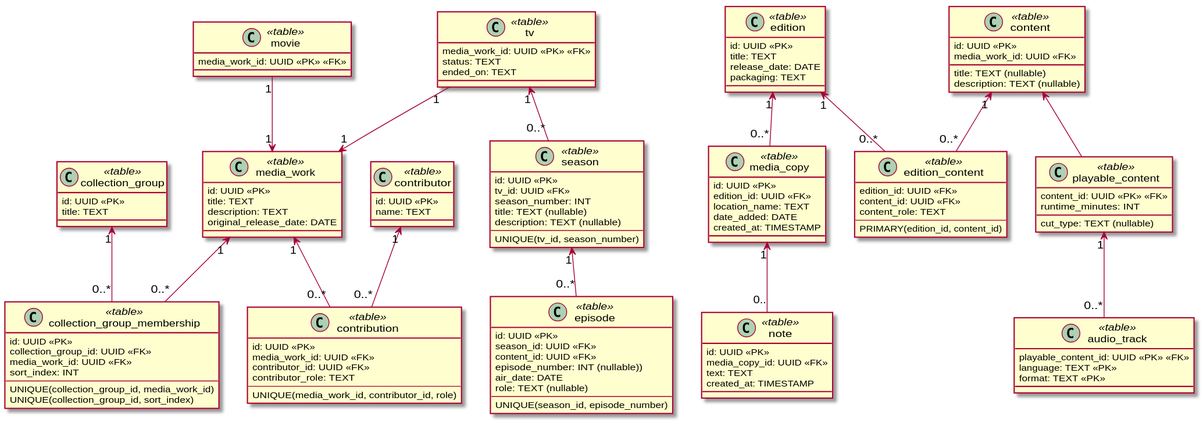
Earlier version of the PlantUML export docs/diagrams/data/main.data.svg (yantue/colleq). The source it was exported from:
```plantuml
@startuml
skinparam classAttributeIconSize 0

skinparam classAttributeIconSize 0

class collection_group <<table>> {
    id: UUID <<PK>>
    title: TEXT
}

class collection_group_membership <<table>> {
    id: UUID <<PK>>
    collection_group_id: UUID <<FK>>
    media_work_id: UUID <<FK>>
    sort_index: INT
    --
    UNIQUE(collection_group_id, media_work_id)
    UNIQUE(collection_group_id, sort_index)
}

collection_group "1" <-- "0..*" collection_group_membership

media_work "1" <-- "0..*" collection_group_membership

skinparam classAttributeIconSize 0

class contributor <<table>> {
    id: UUID <<PK>>
    name: TEXT
}


skinparam classAttributeIconSize 0

class edition <<table>> {
    id: UUID <<PK>>
    title: TEXT
    release_date: DATE
    packaging: TEXT
}

class edition_content <<table>> {
    edition_id: UUID <<FK>>
    content_id: UUID <<FK>>
    content_role: TEXT
    --
    PRIMARY(edition_id, content_id)
}

edition "1" <-- "0..*" edition_content


content "1" <-- "0..*" edition_content

skinparam classAttributeIconSize 0

class media_copy <<table>> {
    id: UUID <<PK>>
    edition_id: UUID <<FK>>
    location_name: TEXT
    date_added: DATE
    created_at: TIMESTAMP
}

class note <<table>> {
    id: UUID <<PK>>
    media_copy_id: UUID <<FK>>
    text: TEXT
    created_at: TIMESTAMP
}

media_copy "1" <-- "0.." note

edition "1" <-- "0..*" media_copy

skinparam classAttributeIconSize 0

class media_work <<table>> {
    id: UUID <<PK>>
    title: TEXT
    description: TEXT
    original_release_date: DATE
}


class contribution <<table>> {
    id: UUID <<PK>>
    media_work_id: UUID <<FK>>
    contributor_id: UUID <<FK>>
    contributor_role: TEXT
    --
    UNIQUE(media_work_id, contributor_id, role)
}

media_work "1" <-- "0..*" contribution

class content <<table>> {
    id: UUID <<PK>>
    media_work_id: UUID <<FK>>
    title: TEXT (nullable)
    description: TEXT (nullable)
}


class playable_content <<table>> {
    content_id: UUID <<PK>> <<FK>>
    runtime_minutes: INT
    cut_type: TEXT (nullable)
}

content <-- playable_content

class audio_track <<table>> {
    playable_content_id: UUID <<PK>> <<FK>>
    language: TEXT <<PK>>
    format: TEXT <<PK>>
}

playable_content "1" <-- "0..*" audio_track

class movie <<table>> {
    media_work_id: UUID <<PK>> <<FK>>
}

movie "1" --> "1" media_work


class tv <<table>> {
    media_work_id: UUID <<PK>> <<FK>>
    status: TEXT
    ended_on: TEXT
}

tv "1" --> "1" media_work

class season <<table>> {
    id: UUID <<PK>>
    tv_id: UUID <<FK>>
    season_number: INT
    title: TEXT (nullable)
    description: TEXT (nullable)
    --
    UNIQUE(tv_id, season_number)
}

tv "1" <-- "0..*" season

class episode <<table>> {
    id: UUID <<PK>>
    season_id: UUID <<FK>>
    content_id: UUID <<FK>>
    episode_number: INT (nullable))
    air_date: DATE
    role: TEXT (nullable)
    --
    UNIQUE(season_id, episode_number)
}

season "1" <-- "0..*" episode

contributor "1" <-- "0..*" contribution


@enduml
```
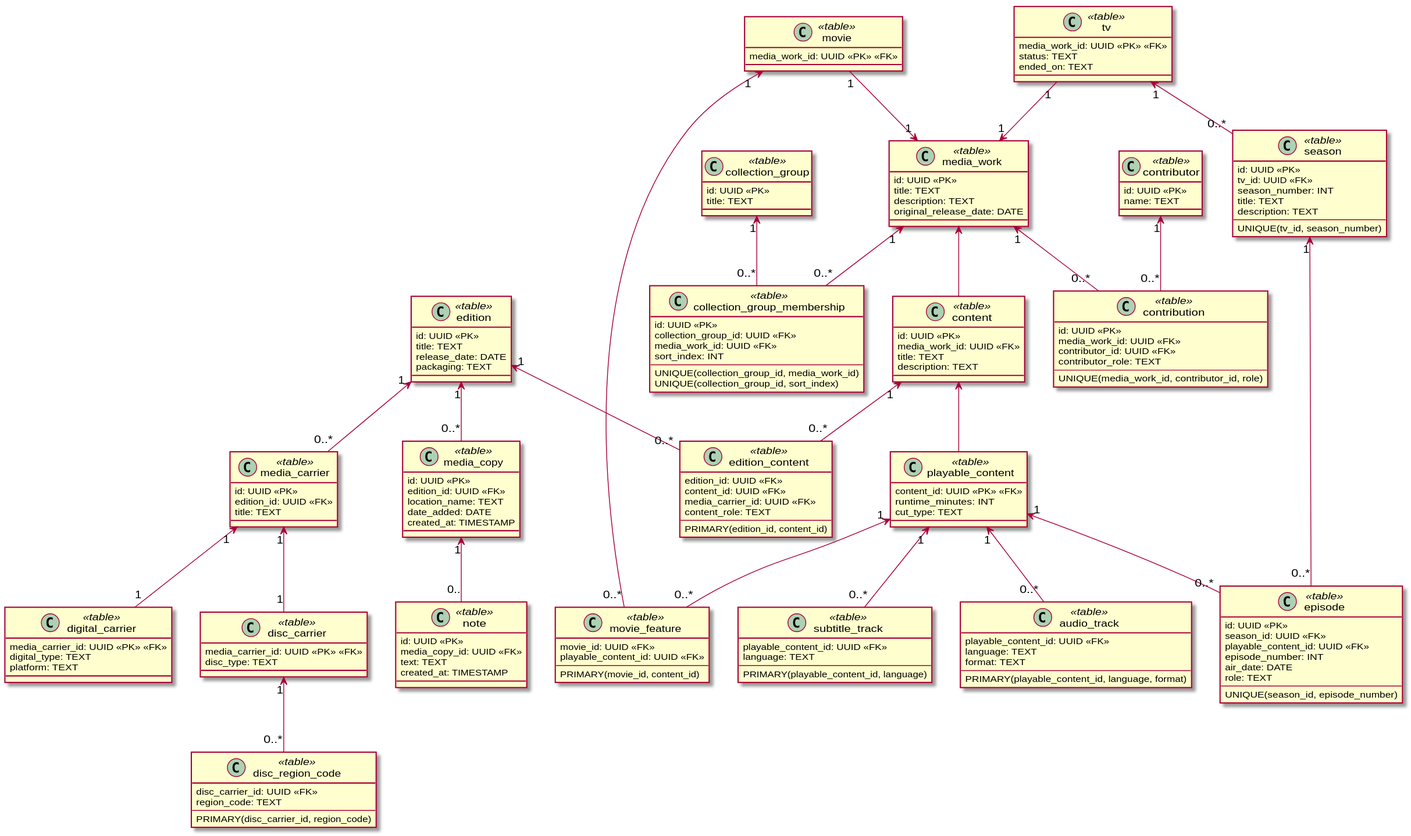
After the commit.

What changed in the source:
```diff
@@ -39,16 +39,48 @@
     packaging: TEXT
 }
 
+class media_carrier <<table>> {
+    id: UUID <<PK>>
+    edition_id: UUID <<FK>>
+    title: TEXT
+}
+
+edition "1" <-- "0..*" media_carrier
+
+class disc_carrier <<table>> {
+    media_carrier_id: UUID <<PK>> <<FK>>
+    disc_type: TEXT
+}
+
+media_carrier "1" <-- "1" disc_carrier
+
+class disc_region_code <<table>> {
+    disc_carrier_id: UUID <<FK>>
+    region_code: TEXT
+    --
+    PRIMARY(disc_carrier_id, region_code)
+}
+
+disc_carrier "1" <-- "0..*" disc_region_code
+
+class digital_carrier <<table>> {
+    media_carrier_id: UUID <<PK>> <<FK>>
+    digital_type: TEXT
+    platform: TEXT
+}
+
+media_carrier "1" <-- "1" digital_carrier
+
 class edition_content <<table>> {
     edition_id: UUID <<FK>>
     content_id: UUID <<FK>>
+    media_carrier_id: UUID <<FK>>
     content_role: TEXT
     --
     PRIMARY(edition_id, content_id)
 }
 
 edition "1" <-- "0..*" edition_content
-
 
 content "1" <-- "0..*" edition_content
 
@@ -82,7 +114,6 @@
     original_release_date: DATE
 }
 
-
 class contribution <<table>> {
     id: UUID <<PK>>
     media_work_id: UUID <<FK>>
@@ -97,26 +128,38 @@
 class content <<table>> {
     id: UUID <<PK>>
     media_work_id: UUID <<FK>>
-    title: TEXT (nullable)
-    description: TEXT (nullable)
+    title: TEXT
+    description: TEXT
 }
 
+media_work <-- content
 
 class playable_content <<table>> {
     content_id: UUID <<PK>> <<FK>>
     runtime_minutes: INT
-    cut_type: TEXT (nullable)
+    cut_type: TEXT
 }
 
 content <-- playable_content
 
 class audio_track <<table>> {
-    playable_content_id: UUID <<PK>> <<FK>>
-    language: TEXT <<PK>>
-    format: TEXT <<PK>>
+    playable_content_id: UUID <<FK>>
+    language: TEXT
+    format: TEXT
+    --
+    PRIMARY(playable_content_id, language, format)
 }
 
 playable_content "1" <-- "0..*" audio_track
+
+class subtitle_track <<table>> {
+    playable_content_id: UUID <<FK>>
+    language: TEXT
+    --
+    PRIMARY(playable_content_id, language)
+}
+
+playable_content "1" <-- "0..*" subtitle_track
 
 class movie <<table>> {
     media_work_id: UUID <<PK>> <<FK>>
@@ -124,6 +167,15 @@
 
 movie "1" --> "1" media_work
 
+class movie_feature <<table>> {
+     movie_id: UUID <<FK>>
+     playable_content_id: UUID <<FK>>
+     --
+     PRIMARY(movie_id, content_id)
+}
+
+movie "1" <-- "0..*" movie_feature
+playable_content "1" <-- "0..*" movie_feature
 
 class tv <<table>> {
     media_work_id: UUID <<PK>> <<FK>>
@@ -137,8 +189,8 @@
     id: UUID <<PK>>
     tv_id: UUID <<FK>>
     season_number: INT
-    title: TEXT (nullable)
-    description: TEXT (nullable)
+    title: TEXT
+    description: TEXT
     --
     UNIQUE(tv_id, season_number)
 }
@@ -148,15 +200,16 @@
 class episode <<table>> {
     id: UUID <<PK>>
     season_id: UUID <<FK>>
-    content_id: UUID <<FK>>
-    episode_number: INT (nullable))
+    playable_content_id: UUID <<FK>>
+    episode_number: INT
     air_date: DATE
-    role: TEXT (nullable)
+    role: TEXT
     --
     UNIQUE(season_id, episode_number)
 }
 
 season "1" <-- "0..*" episode
+playable_content "1" <-- "0..*" episode
 
 contributor "1" <-- "0..*" contribution
 
```
